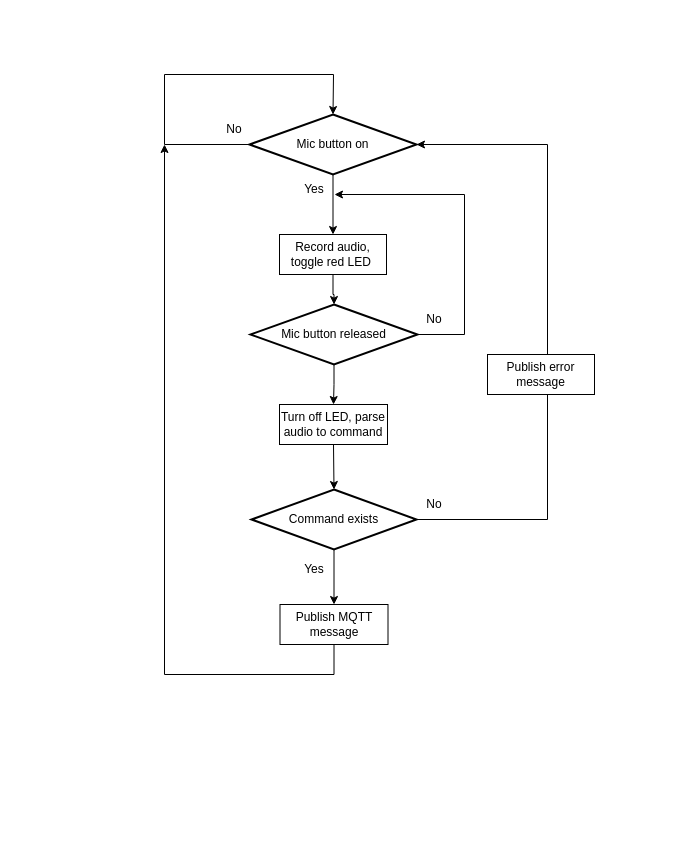
Above: program_flow.drawio in IoT-project-groups-1-2/g2-voice-controller (draw.io), before the change. Source tidied: cells renumbered, new cells numbered last; positions are measured from the earlier drawing's top-left corner, leaving out a move shared by most shapes. Both pictures are drawn from the tidied source at 100%, with x=0, y=0 at pixel (164, 74).
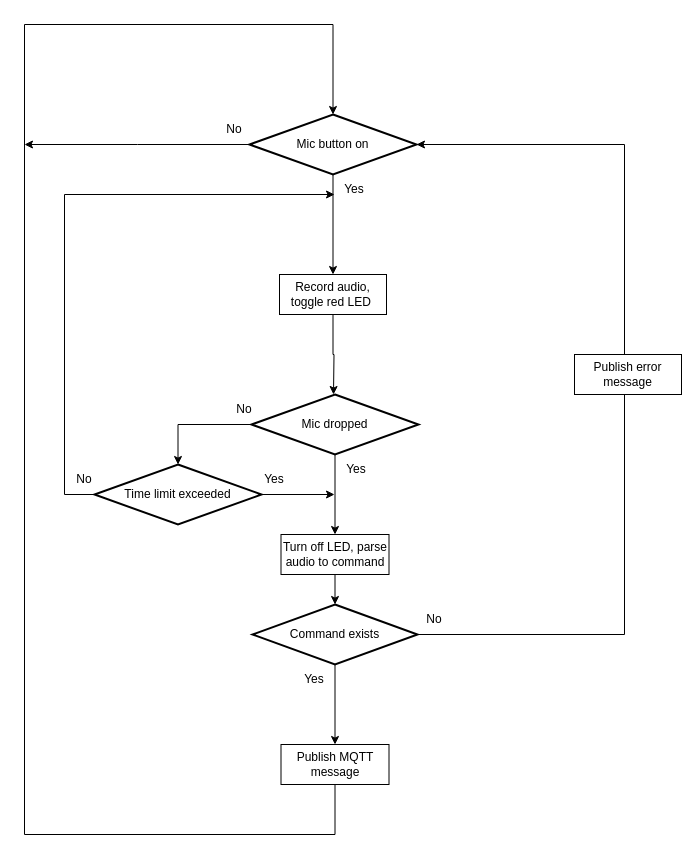
The same diagram, later.

Commit message:
add timer to program flow chart

Unchanged cells that the change refers to:
```xml
<mxCell id="3" value="Mic button on" style="strokeWidth=2;html=1;shape=mxgraph.flowchart.decision;whiteSpace=wrap;" parent="1" vertex="1">
  <mxGeometry x="85" y="40" width="167" height="60" as="geometry" />
</mxCell>
```

The edit, as a diff of the source:
```diff
@@
+    <mxCell id="24" style="edgeStyle=orthogonalEdgeStyle;rounded=0;jettySize=auto;html=1;" parent="1" edge="1" source="3">
+      <mxGeometry relative="1" as="geometry">
+        <mxPoint x="-140" y="70" as="targetPoint" />
+      </mxGeometry>
+    </mxCell>
@@
-    <mxCell id="5" style="edgeStyle=orthogonalEdgeStyle;rounded=0;jettySize=auto;html=1;entryX=0.5;entryY=0;entryDx=0;entryDy=0;entryPerimeter=0;" parent="1" edge="1" source="6" target="18">
-      <mxGeometry relative="1" as="geometry" />
-    </mxCell>
+    <mxCell id="25" style="edgeStyle=orthogonalEdgeStyle;rounded=0;jettySize=auto;html=1;" parent="1" edge="1" source="6">
+      <mxGeometry relative="1" as="geometry">
+        <mxPoint x="169" y="320" as="targetPoint" />
+      </mxGeometry>
+    </mxCell>
     <mxCell id="6" value="Record audio, toggle red LED&amp;nbsp;" style="rounded=0;whiteSpace=wrap;html=1;" parent="1" vertex="1">
-      <mxGeometry x="115" y="160" width="107" height="40" as="geometry" />
+      <mxGeometry x="115" y="200" width="107" height="40" as="geometry" />
     </mxCell>
     <mxCell id="7" value="Turn off LED, parse audio to command" style="rounded=0;whiteSpace=wrap;html=1;" parent="1" vertex="1">
-      <mxGeometry x="115" y="330" width="108" height="40" as="geometry" />
+      <mxGeometry x="116.5" y="460" width="108" height="40" as="geometry" />
     </mxCell>
-    <mxCell id="8" style="edgeStyle=orthogonalEdgeStyle;rounded=0;jettySize=auto;html=1;" parent="1" edge="1" source="9">
+    <mxCell id="8" style="edgeStyle=orthogonalEdgeStyle;rounded=0;jettySize=auto;html=1;entryX=0.5;entryY=0;entryDx=0;entryDy=0;entryPerimeter=0;" parent="1" edge="1" source="9" target="3">
       <mxGeometry relative="1" as="geometry">
-        <mxPoint y="70" as="targetPoint" />
         <Array as="points">
-          <mxPoint x="170" y="600" />
-          <mxPoint y="600" />
+          <mxPoint x="171" y="760" />
+          <mxPoint x="-140" y="760" />
+          <mxPoint x="-140" y="-50" />
+          <mxPoint x="169" y="-50" />
         </Array>
       </mxGeometry>
     </mxCell>
     <mxCell id="9" value="Publish MQTT message" style="rounded=0;whiteSpace=wrap;html=1;" parent="1" vertex="1">
-      <mxGeometry x="115.5" y="530" width="108" height="40" as="geometry" />
+      <mxGeometry x="116.5" y="670" width="108" height="40" as="geometry" />
     </mxCell>
@@
     <mxCell id="11" value="Command exists" style="strokeWidth=2;html=1;shape=mxgraph.flowchart.decision;whiteSpace=wrap;" parent="1" vertex="1">
-      <mxGeometry x="87" y="415" width="165" height="60" as="geometry" />
+      <mxGeometry x="88" y="530" width="165" height="60" as="geometry" />
     </mxCell>
@@
     <mxCell id="13" style="edgeStyle=orthogonalEdgeStyle;rounded=0;jettySize=auto;html=1;entryX=1;entryY=0.5;entryDx=0;entryDy=0;entryPerimeter=0;" parent="1" edge="1" source="14" target="3">
       <mxGeometry relative="1" as="geometry">
         <Array as="points">
-          <mxPoint x="383" y="70" />
+          <mxPoint x="460" y="70" />
         </Array>
       </mxGeometry>
     </mxCell>
     <mxCell id="14" value="Publish error message" style="rounded=0;whiteSpace=wrap;html=1;" parent="1" vertex="1">
-      <mxGeometry x="323" y="280" width="107" height="40" as="geometry" />
+      <mxGeometry x="410" y="280" width="107" height="40" as="geometry" />
     </mxCell>
     <mxCell id="15" style="edgeStyle=orthogonalEdgeStyle;rounded=0;jettySize=auto;html=1;entryX=1;entryY=1;entryDx=0;entryDy=0;endArrow=none;exitX=1;exitY=0.5;exitDx=0;exitDy=0;exitPerimeter=0;" parent="1" edge="1" source="11" target="14">
       <mxGeometry relative="1" as="geometry">
         <Array as="points">
-          <mxPoint x="383" y="445" />
-          <mxPoint x="383" y="320" />
+          <mxPoint x="460" y="560" />
+          <mxPoint x="460" y="320" />
         </Array>
       </mxGeometry>
     </mxCell>
-    <mxCell id="16" style="endArrow=classic;html=1;rounded=0;entryX=0.5;entryY=0;entryDx=0;entryDy=0;entryPerimeter=0;" parent="1" edge="1" target="3">
-      <mxGeometry relative="1" as="geometry">
-        <mxPoint x="86" y="70" as="sourcePoint" />
-        <Array as="points">
-          <mxPoint y="70" />
-          <mxPoint />
-          <mxPoint x="169" />
-        </Array>
-      </mxGeometry>
-    </mxCell>
-    <mxCell id="17" style="edgeStyle=orthogonalEdgeStyle;rounded=0;jettySize=auto;html=1;" parent="1" edge="1" source="18">
-      <mxGeometry relative="1" as="geometry">
-        <mxPoint x="170" y="120" as="targetPoint" />
-        <Array as="points">
-          <mxPoint x="300" y="260" />
-          <mxPoint x="300" y="120" />
-        </Array>
-      </mxGeometry>
-    </mxCell>
+    <mxCell id="26" style="edgeStyle=orthogonalEdgeStyle;rounded=0;jettySize=auto;html=1;entryX=0.5;entryY=0;entryDx=0;entryDy=0;entryPerimeter=0;" parent="1" edge="1" source="18" target="29">
+      <mxGeometry relative="1" as="geometry">
+        <Array as="points">
+          <mxPoint x="14" y="350" />
+        </Array>
+      </mxGeometry>
+    </mxCell>
-    <mxCell id="18" value="Mic button released" style="strokeWidth=2;html=1;shape=mxgraph.flowchart.decision;whiteSpace=wrap;" parent="1" vertex="1">
-      <mxGeometry x="86" y="230" width="167" height="60" as="geometry" />
+    <mxCell id="18" value="Mic dropped" style="strokeWidth=2;html=1;shape=mxgraph.flowchart.decision;whiteSpace=wrap;" parent="1" vertex="1">
+      <mxGeometry x="87" y="320" width="167" height="60" as="geometry" />
     </mxCell>
     <mxCell id="19" value="Yes" style="text;html=1;strokeColor=none;fillColor=none;align=center;verticalAlign=middle;whiteSpace=wrap;rounded=0;" parent="1" vertex="1">
-      <mxGeometry x="120" y="100" width="60" height="30" as="geometry" />
+      <mxGeometry x="160" y="100" width="60" height="30" as="geometry" />
     </mxCell>
     <mxCell id="20" value="Yes" style="text;html=1;strokeColor=none;fillColor=none;align=center;verticalAlign=middle;whiteSpace=wrap;rounded=0;" parent="1" vertex="1">
-      <mxGeometry x="120" y="480" width="60" height="30" as="geometry" />
+      <mxGeometry x="120" y="590" width="60" height="30" as="geometry" />
     </mxCell>
@@
     <mxCell id="22" value="No" style="text;html=1;strokeColor=none;fillColor=none;align=center;verticalAlign=middle;whiteSpace=wrap;rounded=0;" parent="1" vertex="1">
-      <mxGeometry x="240" y="415" width="60" height="30" as="geometry" />
+      <mxGeometry x="240" y="530" width="60" height="30" as="geometry" />
     </mxCell>
     <mxCell id="23" value="No" style="text;html=1;strokeColor=none;fillColor=none;align=center;verticalAlign=middle;whiteSpace=wrap;rounded=0;" parent="1" vertex="1">
-      <mxGeometry x="240" y="230" width="60" height="30" as="geometry" />
+      <mxGeometry x="50" y="320" width="60" height="30" as="geometry" />
     </mxCell>
+    <mxCell id="27" style="edgeStyle=orthogonalEdgeStyle;rounded=0;jettySize=auto;html=1;" parent="1" edge="1" source="29">
+      <mxGeometry relative="1" as="geometry">
+        <mxPoint x="170" y="420" as="targetPoint" />
+        <Array as="points">
+          <mxPoint x="170" y="420" />
+        </Array>
+      </mxGeometry>
+    </mxCell>
+    <mxCell id="28" style="edgeStyle=orthogonalEdgeStyle;rounded=0;jettySize=auto;html=1;exitX=0;exitY=0.5;exitDx=0;exitDy=0;exitPerimeter=0;" parent="1" edge="1" source="29">
+      <mxGeometry relative="1" as="geometry">
+        <mxPoint x="170" y="120" as="targetPoint" />
+        <Array as="points">
+          <mxPoint x="-100" y="120" />
+        </Array>
+      </mxGeometry>
+    </mxCell>
+    <mxCell id="29" value="Time limit exceeded" style="strokeWidth=2;html=1;shape=mxgraph.flowchart.decision;whiteSpace=wrap;" parent="1" vertex="1">
+      <mxGeometry x="-70" y="390" width="167" height="60" as="geometry" />
+    </mxCell>
+    <mxCell id="30" value="No" style="text;html=1;strokeColor=none;fillColor=none;align=center;verticalAlign=middle;whiteSpace=wrap;rounded=0;" parent="1" vertex="1">
+      <mxGeometry x="-110" y="390" width="60" height="30" as="geometry" />
+    </mxCell>
+    <mxCell id="31" value="Yes" style="text;html=1;strokeColor=none;fillColor=none;align=center;verticalAlign=middle;whiteSpace=wrap;rounded=0;" parent="1" vertex="1">
+      <mxGeometry x="80" y="390" width="60" height="30" as="geometry" />
+    </mxCell>
+    <mxCell id="32" value="Yes" style="text;html=1;strokeColor=none;fillColor=none;align=center;verticalAlign=middle;whiteSpace=wrap;rounded=0;" parent="1" vertex="1">
+      <mxGeometry x="162" y="380" width="60" height="30" as="geometry" />
+    </mxCell>
```
